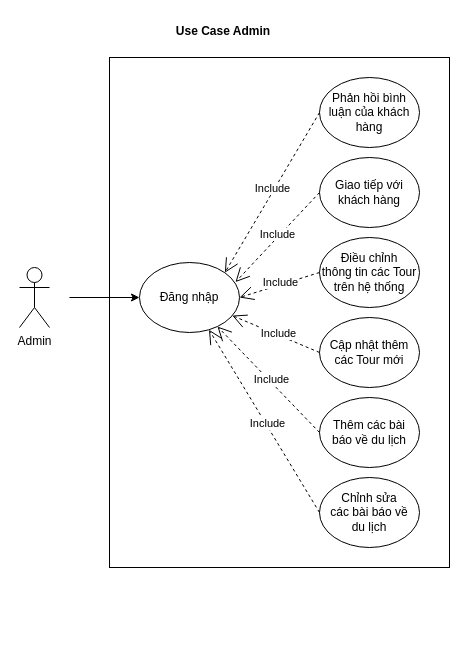
LuanMinhNguyen/nhom2thuctapchuyennganh keeps this draw.io diagram as Drawio/Use_Case_Admin.drawio. Above is the earlier version. Source tidied: cells renumbered, new cells numbered last; positions are measured from the earlier drawing's top-left corner, leaving out a move shared by most shapes. Both pictures are drawn from the tidied source at 100%, with x=0, y=0 at pixel (19, 17).
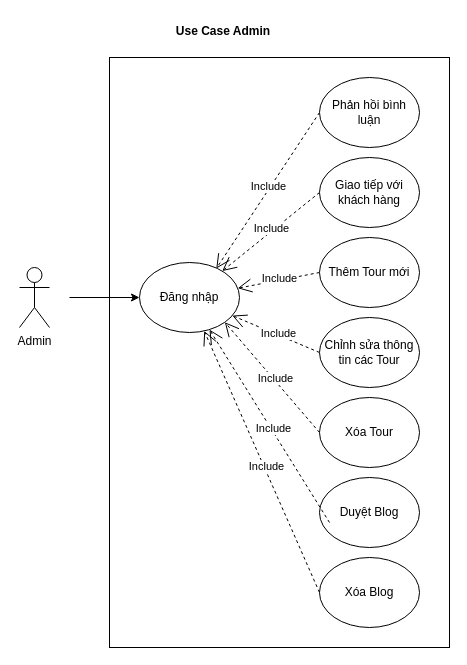
The same page after the edit.

The change refers to these unchanged cells:
```xml
<mxCell id="4" value="Đăng nhập" style="ellipse;whiteSpace=wrap;html=1;" parent="1" vertex="1">
  <mxGeometry x="120" y="245" width="100" height="70" as="geometry" />
</mxCell>
```

Diff of the diagram source:
```diff
@@
     <mxCell id="2" style="rounded=0;whiteSpace=wrap;html=1;" parent="1" vertex="1">
-      <mxGeometry x="90" y="40" width="340" height="510" as="geometry" />
+      <mxGeometry x="90" y="40" width="340" height="590" as="geometry" />
     </mxCell>
@@
-    <mxCell id="6" value="Phản hồi bình luận của khách hàng" style="ellipse;whiteSpace=wrap;html=1;" parent="1" vertex="1">
-      <mxGeometry x="300" y="60" width="100" height="70" as="geometry" />
-    </mxCell>
-    <mxCell id="7" value="Include" style="endArrow=open;endSize=12;dashed=1;html=1;entryX=1;entryY=0;entryDx=0;entryDy=0;exitX=0;exitY=0.5;exitDx=0;exitDy=0;" parent="1" edge="1" source="6" target="4">
-      <mxGeometry x="-0.04" y="-2" relative="1" as="geometry" />
+    <mxCell id="7" value="Include" style="endArrow=open;endSize=12;dashed=1;html=1;entryX=0.768;entryY=0.086;entryDx=0;entryDy=0;exitX=0;exitY=0.5;exitDx=0;exitDy=0;entryPerimeter=0;" parent="1" edge="1" target="4">
+      <mxGeometry x="-0.04" y="-2" relative="1" as="geometry">
+        <mxPoint x="300" y="95" as="sourcePoint" />
+      </mxGeometry>
     </mxCell>
-    <mxCell id="8" value="Giao tiếp với khách hàng" style="ellipse;whiteSpace=wrap;html=1;" parent="1" vertex="1">
-      <mxGeometry x="300" y="140" width="100" height="70" as="geometry" />
-    </mxCell>
-    <mxCell id="9" value="Include" style="endArrow=open;endSize=12;dashed=1;html=1;exitX=0;exitY=0.5;exitDx=0;exitDy=0;entryX=0.96;entryY=0.28;entryDx=0;entryDy=0;entryPerimeter=0;" parent="1" edge="1" source="8" target="4">
-      <mxGeometry x="-0.04" y="-2" relative="1" as="geometry" />
+    <mxCell id="9" value="Include" style="endArrow=open;endSize=12;dashed=1;html=1;exitX=0;exitY=0.5;exitDx=0;exitDy=0;" parent="1" edge="1" target="4">
+      <mxGeometry x="-0.04" y="-2" relative="1" as="geometry">
+        <mxPoint x="300" y="175" as="sourcePoint" />
+      </mxGeometry>
     </mxCell>
-    <mxCell id="10" value="Điều chỉnh &lt;br&gt;thông tin các Tour trên hệ thống" style="ellipse;whiteSpace=wrap;html=1;" parent="1" vertex="1">
-      <mxGeometry x="300" y="220" width="100" height="70" as="geometry" />
-    </mxCell>
-    <mxCell id="11" value="Include" style="endArrow=open;endSize=12;dashed=1;html=1;exitX=0;exitY=0.5;exitDx=0;exitDy=0;entryX=1;entryY=0.5;entryDx=0;entryDy=0;" parent="1" edge="1" source="10" target="4">
-      <mxGeometry x="-0.04" y="-2" relative="1" as="geometry" />
+    <mxCell id="11" value="Include" style="endArrow=open;endSize=12;dashed=1;html=1;exitX=0;exitY=0.5;exitDx=0;exitDy=0;" parent="1" edge="1" target="4">
+      <mxGeometry x="-0.04" y="-2" relative="1" as="geometry">
+        <mxPoint x="300" y="255" as="sourcePoint" />
+      </mxGeometry>
     </mxCell>
-    <mxCell id="12" value="Cập nhật thêm các Tour mới" style="ellipse;whiteSpace=wrap;html=1;" parent="1" vertex="1">
-      <mxGeometry x="300" y="300" width="100" height="70" as="geometry" />
-    </mxCell>
-    <mxCell id="13" value="Include" style="endArrow=open;endSize=12;dashed=1;html=1;exitX=0;exitY=0.5;exitDx=0;exitDy=0;" parent="1" edge="1" source="12" target="4">
-      <mxGeometry x="-0.04" y="-2" relative="1" as="geometry" />
+    <mxCell id="13" value="Include" style="endArrow=open;endSize=12;dashed=1;html=1;exitX=0;exitY=0.5;exitDx=0;exitDy=0;" parent="1" edge="1" target="4">
+      <mxGeometry x="-0.04" y="-2" relative="1" as="geometry">
+        <mxPoint x="300" y="335" as="sourcePoint" />
+      </mxGeometry>
     </mxCell>
-    <mxCell id="14" value="Thêm các bài &lt;br&gt;báo về du lịch" style="ellipse;whiteSpace=wrap;html=1;" parent="1" vertex="1">
-      <mxGeometry x="300" y="380" width="100" height="70" as="geometry" />
-    </mxCell>
-    <mxCell id="15" value="Include" style="endArrow=open;endSize=12;dashed=1;html=1;exitX=0;exitY=0.5;exitDx=0;exitDy=0;" parent="1" edge="1" source="14" target="4">
-      <mxGeometry x="-0.04" y="-2" relative="1" as="geometry" />
+    <mxCell id="15" value="Include" style="endArrow=open;endSize=12;dashed=1;html=1;exitX=0;exitY=0.5;exitDx=0;exitDy=0;entryX=1;entryY=1;entryDx=0;entryDy=0;" parent="1" edge="1" target="4">
+      <mxGeometry x="-0.04" y="-2" relative="1" as="geometry">
+        <mxPoint x="300" y="415" as="sourcePoint" />
+      </mxGeometry>
     </mxCell>
-    <mxCell id="16" value="Chỉnh sửa &lt;br&gt;các bài báo về &lt;br&gt;du lịch" style="ellipse;whiteSpace=wrap;html=1;" parent="1" vertex="1">
-      <mxGeometry x="300" y="460" width="100" height="70" as="geometry" />
-    </mxCell>
-    <mxCell id="17" value="Include" style="endArrow=open;endSize=12;dashed=1;html=1;exitX=0;exitY=0.5;exitDx=0;exitDy=0;" parent="1" edge="1" source="16" target="4">
+    <mxCell id="17" value="Include" style="endArrow=open;endSize=12;dashed=1;html=1;exitX=0;exitY=0.5;exitDx=0;exitDy=0;" parent="1" edge="1" source="24" target="4">
       <mxGeometry x="-0.04" y="-2" relative="1" as="geometry" />
     </mxCell>
@@
+    <mxCell id="19" value="Phản hồi bình luận" style="ellipse;whiteSpace=wrap;html=1;" parent="1" vertex="1">
+      <mxGeometry x="300" y="60" width="100" height="70" as="geometry" />
+    </mxCell>
+    <mxCell id="8" value="Giao tiếp với khách hàng" style="ellipse;whiteSpace=wrap;html=1;" parent="1" vertex="1">
+      <mxGeometry x="300" y="140" width="100" height="70" as="geometry" />
+    </mxCell>
+    <mxCell id="20" value="Thêm Tour mới" style="ellipse;whiteSpace=wrap;html=1;" parent="1" vertex="1">
+      <mxGeometry x="300" y="220" width="100" height="70" as="geometry" />
+    </mxCell>
+    <mxCell id="21" value="Chỉnh sửa thông tin các Tour" style="ellipse;whiteSpace=wrap;html=1;" parent="1" vertex="1">
+      <mxGeometry x="300" y="300" width="100" height="70" as="geometry" />
+    </mxCell>
+    <mxCell id="22" value="Xóa Tour" style="ellipse;whiteSpace=wrap;html=1;" parent="1" vertex="1">
+      <mxGeometry x="300" y="380" width="100" height="70" as="geometry" />
+    </mxCell>
+    <mxCell id="23" value="Duyệt Blog" style="ellipse;whiteSpace=wrap;html=1;" parent="1" vertex="1">
+      <mxGeometry x="300" y="460" width="100" height="70" as="geometry" />
+    </mxCell>
+    <mxCell id="24" value="Xóa Blog" style="ellipse;whiteSpace=wrap;html=1;" parent="1" vertex="1">
+      <mxGeometry x="300" y="540" width="100" height="70" as="geometry" />
+    </mxCell>
+    <mxCell id="25" value="Include" style="endArrow=open;endSize=12;dashed=1;html=1;exitX=0;exitY=0.5;exitDx=0;exitDy=0;" parent="1" edge="1" target="4">
+      <mxGeometry x="-0.04" y="-2" relative="1" as="geometry">
+        <mxPoint x="310" y="505" as="sourcePoint" />
+      </mxGeometry>
+    </mxCell>
```
